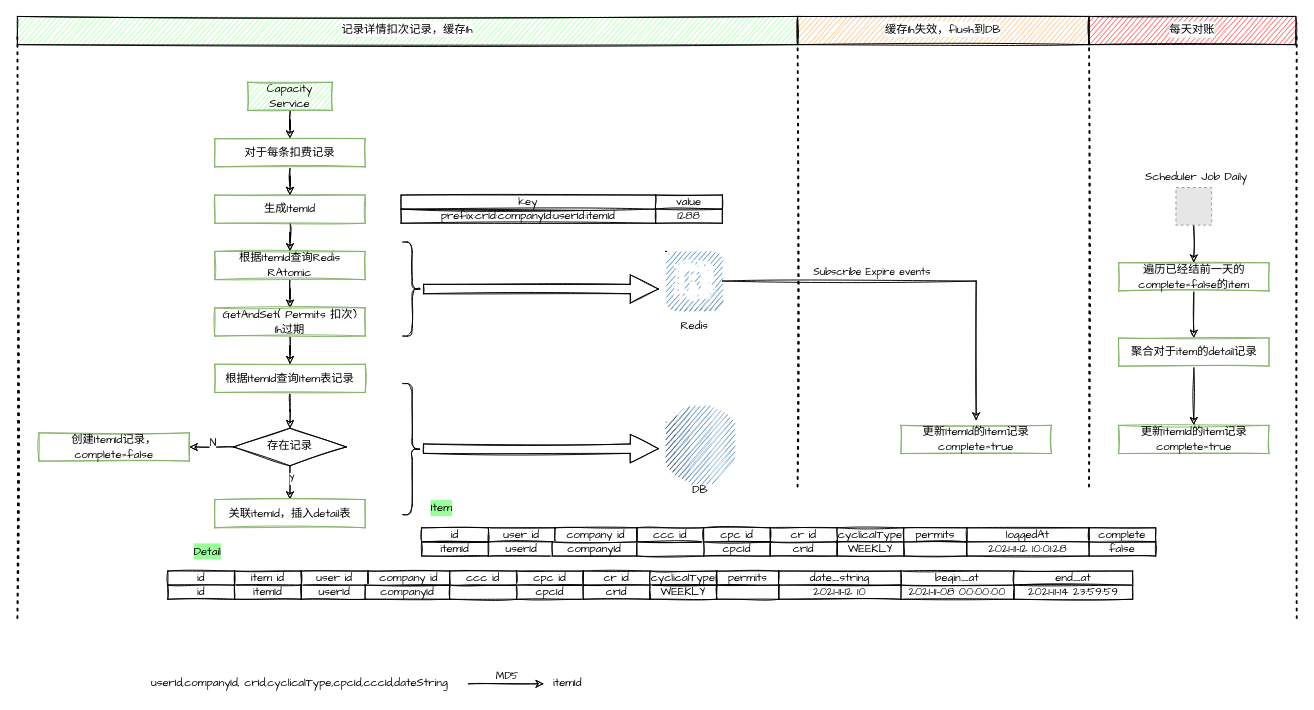
Earlier version of the draw.io diagram page "Redis Cache to DB" (6 of 6) of Capacity Management.drawio (yindongjun/gangzhang.github.io). Source tidied: cells renumbered, new cells numbered last; positions are measured from the earlier drawing's top-left corner, leaving out a move shared by most shapes. Both pictures are drawn from the tidied source at 94%, with x=0, y=0 at pixel (17, 16). Pictures stored in the file or linked from it are replaced by grey dashed boxes.
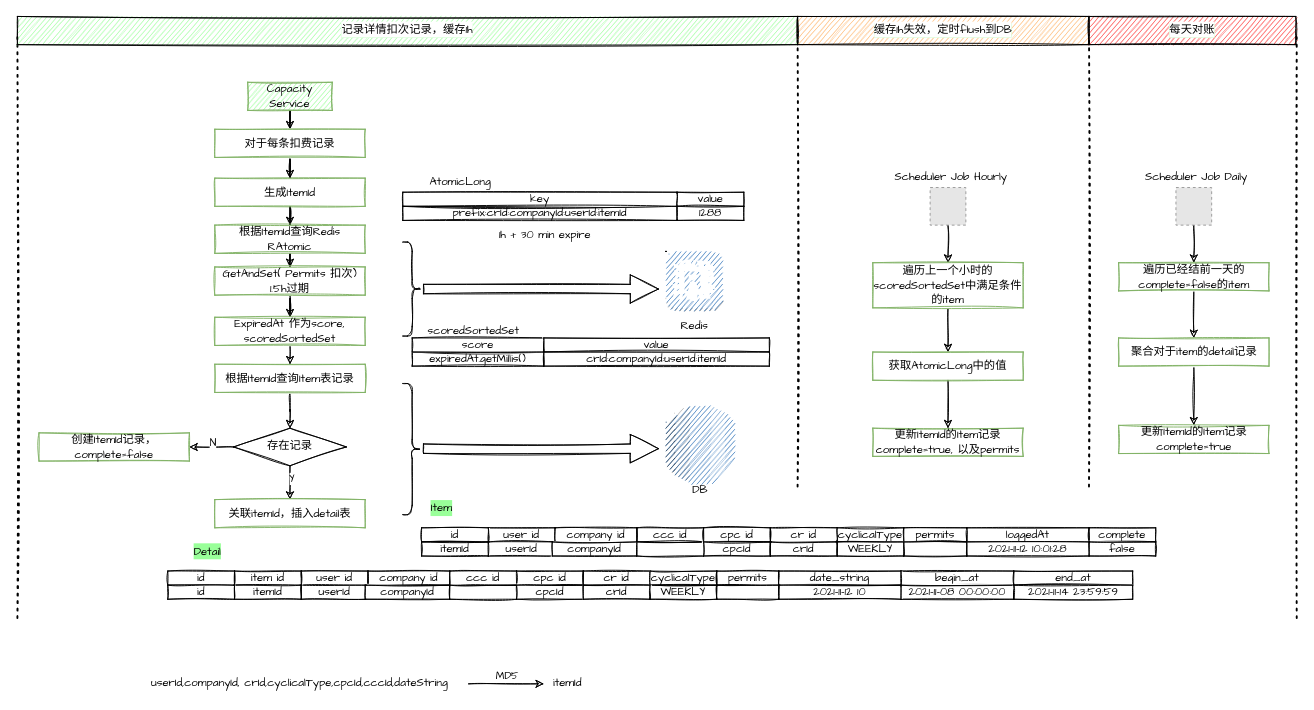
The same diagram, later.

Unchanged cells that the change refers to:
```xml
<mxCell id="6" style="outlineConnect=0;dashed=0;verticalLabelPosition=bottom;verticalAlign=top;align=center;html=1;shape=mxgraph.aws3.redis;fillColor=#2E73B8;gradientColor=none;sketch=1;fontFamily=Comic Sans MS;" parent="1" vertex="1">
  <mxGeometry x="690" y="250" width="60" height="63" as="geometry" />
</mxCell>
<mxCell id="17" value="&lt;span style=&quot;font-family: &amp;#34;comic sans ms&amp;#34;&quot;&gt;根据ItemId查询Item表记录&lt;/span&gt;" style="whiteSpace=wrap;html=1;sketch=1;fillColor=#FFFFFF;strokeColor=#82b366;" parent="1" vertex="1">
  <mxGeometry x="210" y="370" width="160" height="30" as="geometry" />
</mxCell>
```

Diff of the diagram source:
```diff
@@
-    <mxCell id="4" style="edgeStyle=orthogonalEdgeStyle;rounded=0;sketch=1;jettySize=auto;html=1;fontFamily=Comic Sans MS;" parent="1" edge="1" source="6">
-      <mxGeometry relative="1" as="geometry">
-        <mxPoint x="1020" y="430" as="targetPoint" />
-        <Array as="points">
-          <mxPoint x="1020" y="282" />
-        </Array>
-      </mxGeometry>
-    </mxCell>
-    <mxCell id="5" value="Subscribe Expire events" style="edgeLabel;html=1;align=center;verticalAlign=middle;fontFamily=Comic Sans MS;" parent="4" vertex="1">
-      <mxGeometry x="0.54" y="4" relative="1" as="geometry">
-        <mxPoint x="-116" y="-62" as="offset" />
-      </mxGeometry>
-    </mxCell>
@@
     <mxCell id="11" value="&lt;font face=&quot;Comic Sans MS&quot;&gt;生成ItemId&lt;/font&gt;" style="whiteSpace=wrap;html=1;sketch=1;fillColor=#FFFFFF;strokeColor=#82b366;" parent="1" vertex="1">
-      <mxGeometry x="210" y="190" width="160" height="30" as="geometry" />
+      <mxGeometry x="210" y="172" width="160" height="30" as="geometry" />
     </mxCell>
@@
     <mxCell id="13" value="&lt;font face=&quot;Comic Sans MS&quot;&gt;根据ItemId查询Redis RAtomic&lt;/font&gt;" style="whiteSpace=wrap;html=1;sketch=1;fillColor=#FFFFFF;strokeColor=#82b366;" parent="1" vertex="1">
-      <mxGeometry x="210" y="250" width="160" height="30" as="geometry" />
+      <mxGeometry x="210" y="222" width="160" height="30" as="geometry" />
     </mxCell>
-    <mxCell id="14" style="edgeStyle=orthogonalEdgeStyle;rounded=0;sketch=1;jettySize=auto;html=1;entryX=0.5;entryY=0;entryDx=0;entryDy=0;fontFamily=Comic Sans MS;" parent="1" edge="1" source="15" target="17">
+    <mxCell id="14" style="edgeStyle=orthogonalEdgeStyle;rounded=0;sketch=1;jettySize=auto;html=1;entryX=0.5;entryY=0;entryDx=0;entryDy=0;fontFamily=Comic Sans MS;exitX=0.5;exitY=1;exitDx=0;exitDy=0;" parent="1" edge="1" source="103" target="17">
       <mxGeometry relative="1" as="geometry" />
     </mxCell>
+    <mxCell id="101" style="edgeStyle=orthogonalEdgeStyle;rounded=0;jettySize=auto;html=1;fontFamily=Comic Sans MS;sketch=1;" parent="1" edge="1" source="15" target="103">
+      <mxGeometry relative="1" as="geometry" />
+    </mxCell>
-    <mxCell id="15" value="&lt;font face=&quot;Comic Sans MS&quot;&gt;GetAndSet( Permits 扣次)&lt;br&gt;1h过期&lt;br&gt;&lt;/font&gt;" style="whiteSpace=wrap;html=1;sketch=1;fillColor=#FFFFFF;strokeColor=#82b366;" parent="1" vertex="1">
-      <mxGeometry x="210" y="310" width="160" height="30" as="geometry" />
+    <mxCell id="15" value="&lt;font face=&quot;Comic Sans MS&quot;&gt;GetAndSet( Permits 扣次)&lt;br&gt;1.5h过期&lt;br&gt;&lt;/font&gt;" style="whiteSpace=wrap;html=1;sketch=1;fillColor=#FFFFFF;strokeColor=#82b366;" parent="1" vertex="1">
+      <mxGeometry x="210" y="266.5" width="160" height="30" as="geometry" />
     </mxCell>
@@
     <mxCell id="26" value="&lt;font face=&quot;Comic Sans MS&quot;&gt;对于每条扣费记录&lt;/font&gt;" style="whiteSpace=wrap;html=1;sketch=1;fillColor=#FFFFFF;strokeColor=#82b366;" parent="1" vertex="1">
-      <mxGeometry x="210" y="130" width="160" height="30" as="geometry" />
+      <mxGeometry x="210" y="120" width="160" height="30" as="geometry" />
     </mxCell>
@@
     <mxCell id="31" value="prefix:crId:companyId:userId:itemId" style="rounded=0;whiteSpace=wrap;html=1;shadow=0;sketch=1;fontFamily=Comic Sans MS;" parent="1" vertex="1">
-      <mxGeometry x="408.2" y="205" width="270.8" height="15" as="geometry" />
+      <mxGeometry x="410" y="202" width="291.8" height="15" as="geometry" />
     </mxCell>
     <mxCell id="32" value="key" style="rounded=0;whiteSpace=wrap;html=1;shadow=0;sketch=1;fontFamily=Comic Sans MS;" parent="1" vertex="1">
-      <mxGeometry x="408.2" y="190" width="270.8" height="15" as="geometry" />
+      <mxGeometry x="410" y="187" width="291.8" height="15" as="geometry" />
     </mxCell>
     <mxCell id="33" value="value" style="rounded=0;whiteSpace=wrap;html=1;shadow=0;sketch=1;fontFamily=Comic Sans MS;" parent="1" vertex="1">
-      <mxGeometry x="679" y="190" width="71" height="15" as="geometry" />
+      <mxGeometry x="701.8" y="187" width="71" height="15" as="geometry" />
     </mxCell>
     <mxCell id="34" value="1288" style="rounded=0;whiteSpace=wrap;html=1;shadow=0;sketch=1;fontFamily=Comic Sans MS;" parent="1" vertex="1">
-      <mxGeometry x="679" y="205" width="71" height="15" as="geometry" />
+      <mxGeometry x="701.8" y="202" width="71" height="15" as="geometry" />
     </mxCell>
@@
-    <mxCell id="81" value="&lt;font face=&quot;Comic Sans MS&quot;&gt;更新ItemId的Item记录&lt;br&gt;complete=true&lt;br&gt;&lt;/font&gt;" style="whiteSpace=wrap;html=1;sketch=1;fillColor=#FFFFFF;strokeColor=#82b366;" parent="1" vertex="1">
-      <mxGeometry x="940" y="435" width="160" height="30" as="geometry" />
+    <mxCell id="81" value="&lt;font face=&quot;Comic Sans MS&quot;&gt;更新ItemId的Item记录&lt;br&gt;complete=true, 以及permits&lt;br&gt;&lt;/font&gt;" style="whiteSpace=wrap;html=1;sketch=1;fillColor=#FFFFFF;strokeColor=#82b366;" parent="1" vertex="1">
+      <mxGeometry x="910" y="438" width="160" height="30" as="geometry" />
     </mxCell>
@@
-    <mxCell id="94" value="&lt;span style=&quot;background-color: rgb(255 , 255 , 255)&quot;&gt;缓存1h失效，flush到DB&lt;/span&gt;" style="whiteSpace=wrap;html=1;labelBackgroundColor=#99FF99;sketch=1;fontFamily=Comic Sans MS;fillColor=#FFB366;" parent="1" vertex="1">
+    <mxCell id="94" value="&lt;span style=&quot;background-color: rgb(255 , 255 , 255)&quot;&gt;缓存1h失效，定时flush到DB&lt;/span&gt;" style="whiteSpace=wrap;html=1;labelBackgroundColor=#99FF99;sketch=1;fontFamily=Comic Sans MS;fillColor=#FFB366;" parent="1" vertex="1">
       <mxGeometry x="830" width="310" height="30" as="geometry" />
     </mxCell>
@@
+    <mxCell id="102" value="&lt;font face=&quot;Comic Sans MS&quot;&gt;1h + 30 min expire&lt;/font&gt;" style="text;html=1;align=center;verticalAlign=middle;strokeColor=none;fillColor=none;" parent="1" vertex="1">
+      <mxGeometry x="501" y="222" width="120" height="20" as="geometry" />
+    </mxCell>
+    <mxCell id="103" value="&lt;font face=&quot;Comic Sans MS&quot;&gt;ExpiredAt 作为score, scoredSortedSet&lt;br&gt;&lt;/font&gt;" style="whiteSpace=wrap;html=1;sketch=1;fillColor=#FFFFFF;strokeColor=#82b366;" parent="1" vertex="1">
+      <mxGeometry x="210" y="320" width="160" height="30" as="geometry" />
+    </mxCell>
+    <mxCell id="104" value="expiredAt.getMillis()" style="rounded=0;whiteSpace=wrap;html=1;shadow=0;sketch=1;fontFamily=Comic Sans MS;" parent="1" vertex="1">
+      <mxGeometry x="420" y="357" width="140" height="15" as="geometry" />
+    </mxCell>
+    <mxCell id="105" value="score" style="rounded=0;whiteSpace=wrap;html=1;shadow=0;sketch=1;fontFamily=Comic Sans MS;" parent="1" vertex="1">
+      <mxGeometry x="420" y="342" width="140" height="15" as="geometry" />
+    </mxCell>
+    <mxCell id="106" value="value" style="rounded=0;whiteSpace=wrap;html=1;shadow=0;sketch=1;fontFamily=Comic Sans MS;" parent="1" vertex="1">
+      <mxGeometry x="560" y="342" width="240" height="15" as="geometry" />
+    </mxCell>
+    <mxCell id="107" value="crId:companyId:userId:itemId" style="rounded=0;whiteSpace=wrap;html=1;shadow=0;sketch=1;fontFamily=Comic Sans MS;" parent="1" vertex="1">
+      <mxGeometry x="560" y="357" width="240" height="15" as="geometry" />
+    </mxCell>
+    <mxCell id="108" value="&lt;span&gt;scoredSortedSet&lt;/span&gt;" style="text;html=1;align=center;verticalAlign=middle;strokeColor=none;fillColor=none;fontFamily=Comic Sans MS;" parent="1" vertex="1">
+      <mxGeometry x="430" y="325" width="110" height="20" as="geometry" />
+    </mxCell>
+    <mxCell id="109" value="AtomicLong" style="text;html=1;align=center;verticalAlign=middle;strokeColor=none;fillColor=none;fontFamily=Comic Sans MS;" parent="1" vertex="1">
+      <mxGeometry x="431" y="167" width="80" height="20" as="geometry" />
+    </mxCell>
+    <mxCell id="110" style="edgeStyle=orthogonalEdgeStyle;rounded=0;sketch=1;jettySize=auto;html=1;entryX=0.5;entryY=0;entryDx=0;entryDy=0;fontFamily=Comic Sans MS;" parent="1" edge="1" source="111" target="114">
+      <mxGeometry relative="1" as="geometry" />
+    </mxCell>
+    <mxCell id="111" style="fillColor=#E6E6E6;strokeColor=#999999;dashed=1;verticalLabelPosition=bottom;labelBackgroundColor=#ffffff;verticalAlign=top;fontFamily=Comic Sans MS;" parent="1" vertex="1">
+      <mxGeometry x="971" y="182" width="38" height="40" as="geometry" />
+    </mxCell>
+    <mxCell id="112" value="Scheduler Job Hourly" style="text;html=1;align=center;verticalAlign=middle;strokeColor=none;fillColor=none;fontFamily=Comic Sans MS;" parent="1" vertex="1">
+      <mxGeometry x="922.5" y="162" width="140" height="20" as="geometry" />
+    </mxCell>
+    <mxCell id="113" style="edgeStyle=orthogonalEdgeStyle;rounded=0;sketch=1;jettySize=auto;html=1;fontFamily=Comic Sans MS;" parent="1" edge="1" source="114" target="116">
+      <mxGeometry relative="1" as="geometry" />
+    </mxCell>
+    <mxCell id="114" value="&lt;font face=&quot;Comic Sans MS&quot;&gt;遍历上一个小时的&lt;/font&gt;&lt;span style=&quot;font-family: &amp;#34;comic sans ms&amp;#34;&quot;&gt;scoredSortedSet中满足条件的item&lt;/span&gt;" style="whiteSpace=wrap;html=1;sketch=1;fillColor=#FFFFFF;strokeColor=#82b366;" parent="1" vertex="1">
+      <mxGeometry x="910" y="262" width="160" height="48" as="geometry" />
+    </mxCell>
+    <mxCell id="115" style="edgeStyle=orthogonalEdgeStyle;rounded=0;sketch=1;jettySize=auto;html=1;fontFamily=Comic Sans MS;" parent="1" edge="1" source="116" target="81">
+      <mxGeometry relative="1" as="geometry" />
+    </mxCell>
+    <mxCell id="116" value="&lt;font face=&quot;Comic Sans MS&quot;&gt;获取&lt;/font&gt;&lt;span style=&quot;font-family: &amp;#34;comic sans ms&amp;#34;&quot;&gt;AtomicLong中的值&lt;/span&gt;&lt;font face=&quot;Comic Sans MS&quot;&gt;&lt;br&gt;&lt;/font&gt;" style="whiteSpace=wrap;html=1;sketch=1;fillColor=#FFFFFF;strokeColor=#82b366;" parent="1" vertex="1">
+      <mxGeometry x="910" y="357" width="160" height="30" as="geometry" />
+    </mxCell>
```
